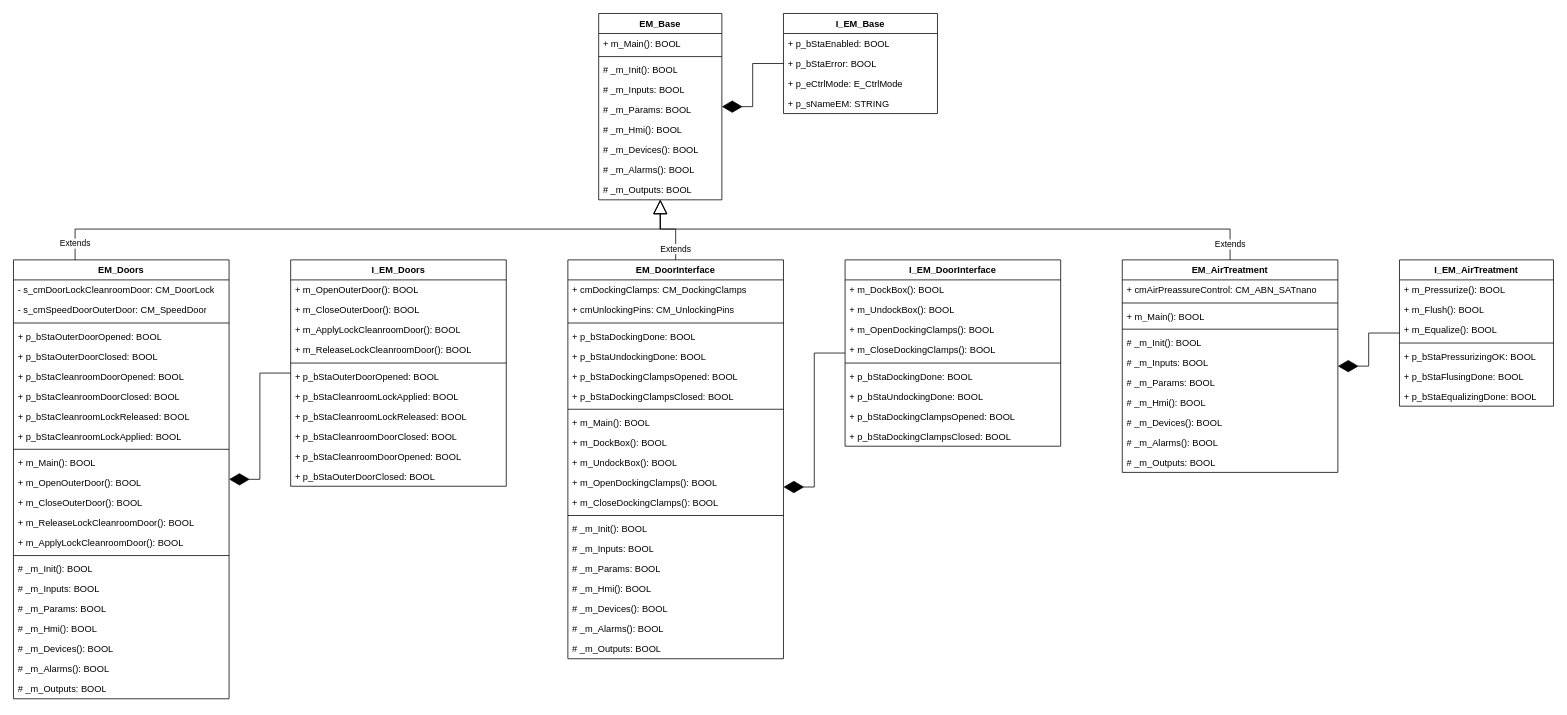
This is page "EM's" (4 of 6) of Documentation/Software architecture.drawio from KMWE/KMWE_CleanroomConnect, a draw.io file, before an edit. Source tidied: cells renumbered, new cells numbered last; positions are measured from the earlier drawing's top-left corner, leaving out a move shared by most shapes. Both pictures are drawn from the tidied source at 77%, with x=0, y=0 at pixel (13, 13).
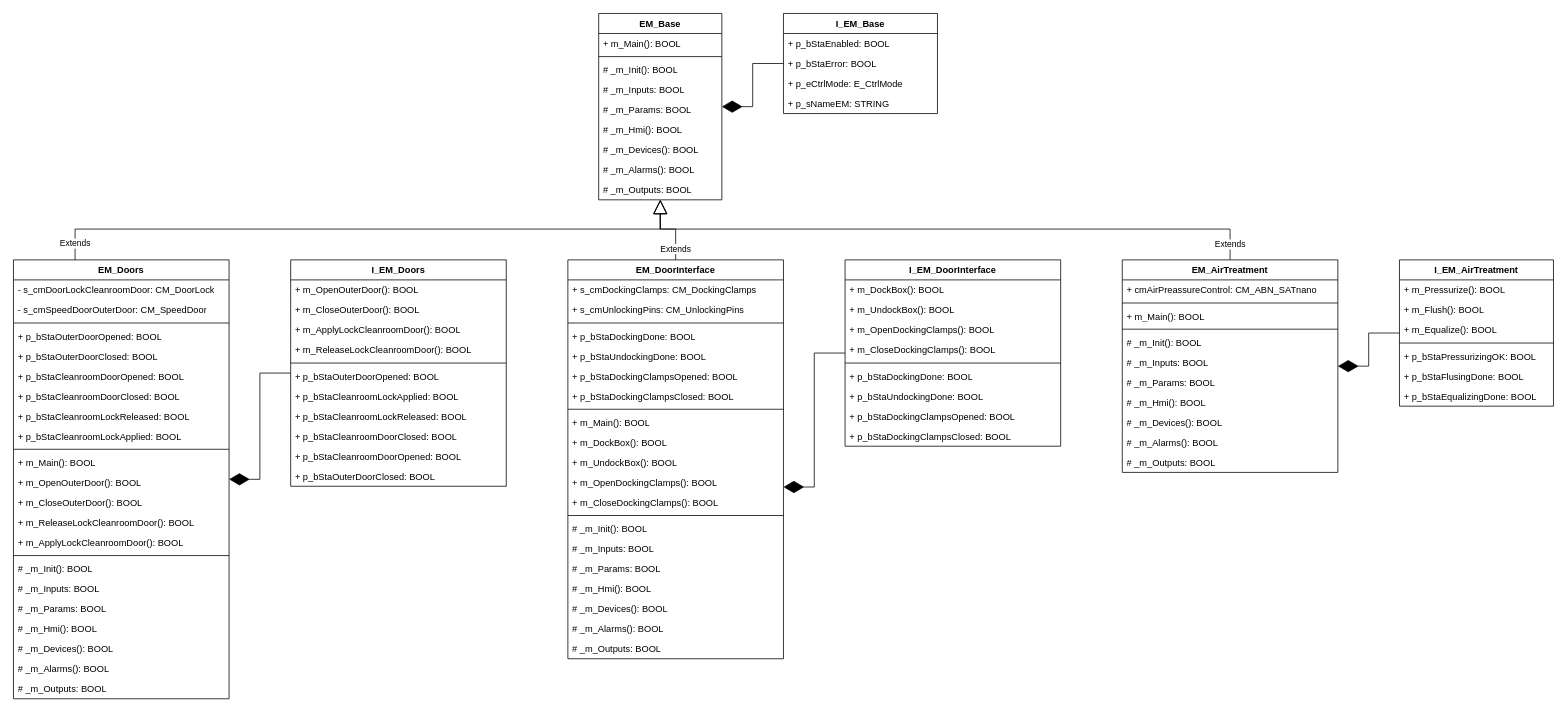
Above is the later version.

The change refers to these unchanged cells:
```xml
<mxCell id="43" value="EM_DoorInterface" style="swimlane;fontStyle=1;align=center;verticalAlign=top;horizontal=1;startSize=26;whiteSpace=wrap;html=1;" parent="1" vertex="1">
  <mxGeometry x="720" y="320" width="280" height="518" as="geometry" />
</mxCell>
```

What changed in the source:
```diff
@@
-    <mxCell id="44" value="+ cmDockingClamps&lt;span style=&quot;background-color: initial;&quot;&gt;: CM_DockingClamps&lt;/span&gt;" style="text;strokeColor=none;fillColor=none;align=left;verticalAlign=top;spacingLeft=4;spacingRight=4;overflow=hidden;whiteSpace=wrap;html=1;" parent="43" vertex="1">
+    <mxCell id="44" value="+ s_cmDockingClamps&lt;span style=&quot;background-color: initial;&quot;&gt;: CM_DockingClamps&lt;/span&gt;" style="text;strokeColor=none;fillColor=none;align=left;verticalAlign=top;spacingLeft=4;spacingRight=4;overflow=hidden;whiteSpace=wrap;html=1;" parent="43" vertex="1">
       <mxGeometry y="26" width="280" height="26" as="geometry" />
     </mxCell>
-    <mxCell id="45" value="+ cmUnlockingPins&lt;span style=&quot;background-color: initial;&quot;&gt;: CM_UnlockingPins&lt;/span&gt;" style="text;strokeColor=none;fillColor=none;align=left;verticalAlign=top;spacingLeft=4;spacingRight=4;overflow=hidden;whiteSpace=wrap;html=1;" parent="43" vertex="1">
+    <mxCell id="45" value="+ s_cmUnlockingPins&lt;span style=&quot;background-color: initial;&quot;&gt;: CM_UnlockingPins&lt;/span&gt;" style="text;strokeColor=none;fillColor=none;align=left;verticalAlign=top;spacingLeft=4;spacingRight=4;overflow=hidden;whiteSpace=wrap;html=1;" parent="43" vertex="1">
       <mxGeometry y="52" width="280" height="26" as="geometry" />
     </mxCell>
```
